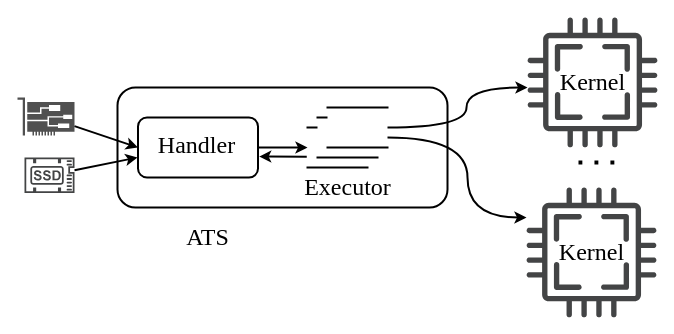
Above: assets/central_sche1.drawio in oscourse-tsinghua/openingreport-zfliang2023 (draw.io), before the change. Source tidied: cells renumbered, new cells numbered last; positions are measured from the earlier drawing's top-left corner, leaving out a move shared by most shapes. Both pictures are drawn from the tidied source at 100%, with x=0, y=0 at pixel (17, 17).
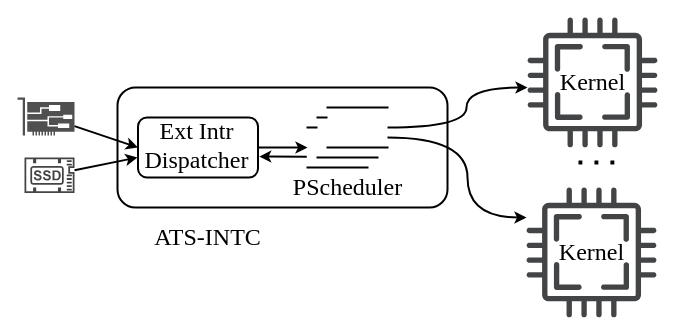
The same page after the edit.

Change to the diagram source:
```diff
@@
-    <mxCell id="8" value="&lt;font face=&quot;Times New Roman&quot; style=&quot;font-size: 24px;&quot;&gt;ATS&lt;/font&gt;" style="text;html=1;align=center;verticalAlign=middle;strokeColor=none;fillColor=none;" parent="1" vertex="1">
-      <mxGeometry x="155" y="200" width="70" height="40" as="geometry" />
+    <mxCell id="8" value="&lt;font face=&quot;Times New Roman&quot; style=&quot;font-size: 24px;&quot;&gt;ATS-INTC&lt;/font&gt;" style="text;html=1;align=center;verticalAlign=middle;strokeColor=none;fillColor=none;" parent="1" vertex="1">
+      <mxGeometry x="125" y="200" width="130" height="40" as="geometry" />
     </mxCell>
     <mxCell id="9" style="group;" parent="1" vertex="1">
-      <mxGeometry x="120.5" y="100" width="120" height="60" as="geometry" />
+      <mxGeometry x="120.5" y="100" width="123" height="63" as="geometry" />
     </mxCell>
@@
-    <mxCell id="11" value="&lt;font face=&quot;Times New Roman&quot; style=&quot;font-size: 24px;&quot;&gt;Handler&lt;br&gt;&lt;/font&gt;" style="text;html=1;align=center;verticalAlign=middle;strokeColor=none;fillColor=none;" parent="9" vertex="1">
-      <mxGeometry x="8" y="8" width="100" height="40" as="geometry" />
+    <mxCell id="11" value="&lt;font face=&quot;Times New Roman&quot; style=&quot;font-size: 24px;&quot;&gt;Ext Intr&lt;br&gt;Dispatcher&lt;br&gt;&lt;/font&gt;" style="text;html=1;align=center;verticalAlign=middle;strokeColor=none;fillColor=none;" parent="9" vertex="1">
+      <mxGeometry x="-7" y="-7" width="130" height="70" as="geometry" />
     </mxCell>
-    <mxCell id="12" value="&lt;font face=&quot;Times New Roman&quot; style=&quot;font-size: 24px;&quot;&gt;Executor&lt;br&gt;&lt;/font&gt;" style="text;html=1;align=center;verticalAlign=middle;strokeColor=none;fillColor=none;" parent="1" vertex="1">
-      <mxGeometry x="275" y="150" width="110" height="40" as="geometry" />
+    <mxCell id="12" value="&lt;font face=&quot;Times New Roman&quot; style=&quot;font-size: 24px;&quot;&gt;PScheduler&lt;br&gt;&lt;/font&gt;" style="text;html=1;align=center;verticalAlign=middle;strokeColor=none;fillColor=none;" parent="1" vertex="1">
+      <mxGeometry x="265" y="150" width="130" height="40" as="geometry" />
     </mxCell>
```
